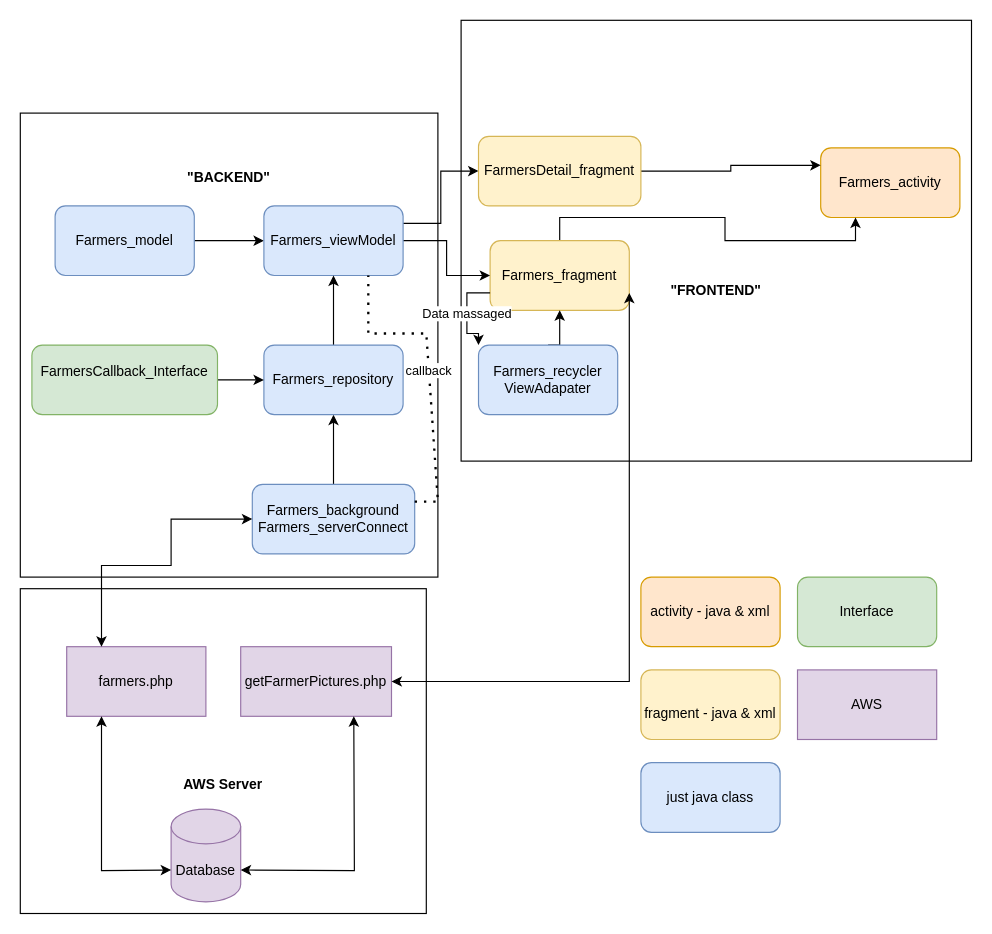
Above: page "Farmers" (4 of 10) of Untitled Diagram.drawio in BenBladow/rw_android_uml (draw.io), before the change. Source tidied: cells renumbered, new cells numbered last; positions are measured from the earlier drawing's top-left corner, leaving out a move shared by most shapes. Both pictures are drawn from the tidied source at 116%, with x=0, y=0 at pixel (20, 20).
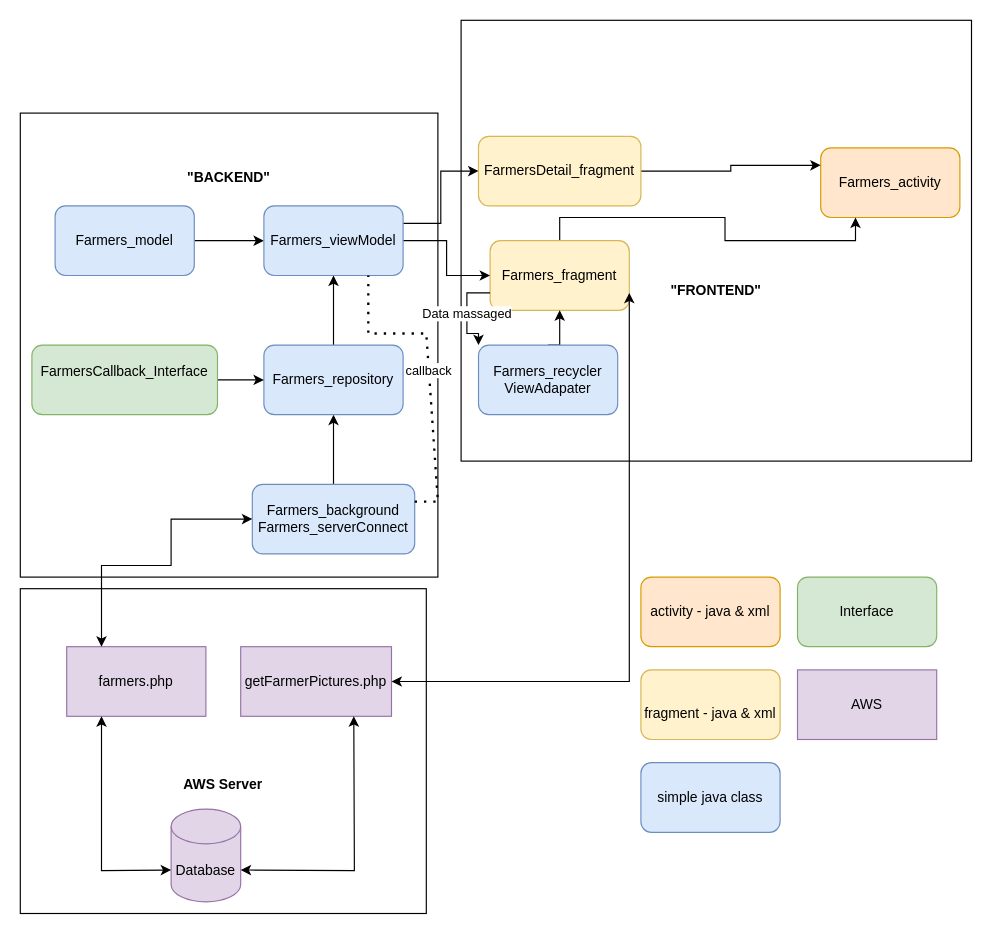
The same diagram, later.

The edit, as a diff of the source:
```diff
@@
-    <mxCell id="26" value="just java class" style="rounded=1;whiteSpace=wrap;html=1;fillColor=#dae8fc;strokeColor=#6c8ebf;" parent="1" vertex="1">
+    <mxCell id="26" value="simple java class" style="rounded=1;whiteSpace=wrap;html=1;fillColor=#dae8fc;strokeColor=#6c8ebf;" parent="1" vertex="1">
       <mxGeometry x="535" y="640" width="120" height="60" as="geometry" />
     </mxCell>
```
